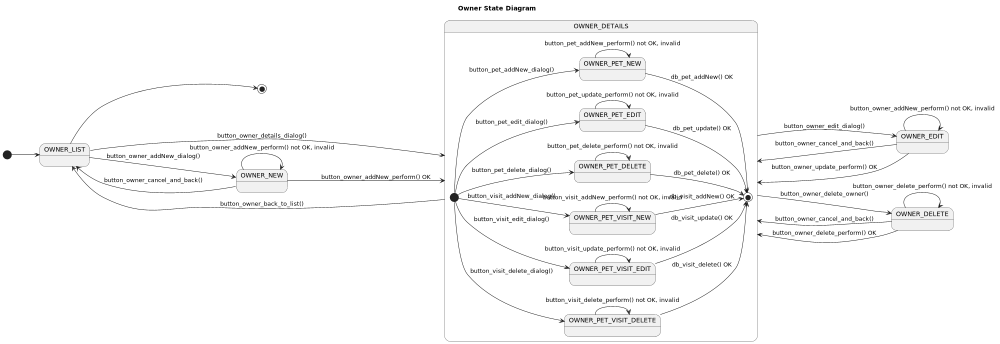
Before: uml/owner/concept/Owner__UseCases__State-Owner_Use_Case_State_Diagram.png, a diagram exported from PlantUML (Jakarta-EE-Petclinic/petclinic-uml).
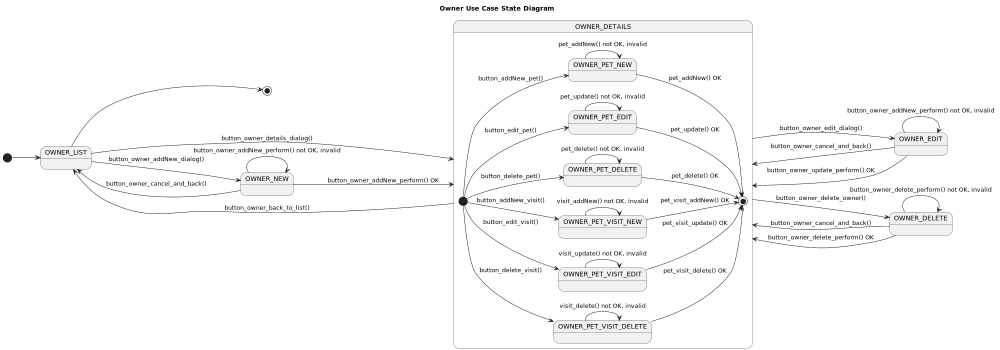
Later version of the same file.

Change to the diagram source:
```diff
@@ -1,6 +1,6 @@
 @startuml
 
-title Owner State Diagram
+title Owner Use Case State Diagram
 
 
 left to right direction
@@ -9,12 +9,12 @@
 
 [*] --> OWNER_LIST
 
+OWNER_LIST --> OWNER_DETAILS: button_owner_details_dialog()
+OWNER_DETAILS --> OWNER_LIST: button_owner_back_to_list()
+
 OWNER_LIST --> OWNER_NEW :   button_owner_addNew_dialog()
 OWNER_NEW --> OWNER_LIST:    button_owner_cancel_and_back()
 OWNER_NEW --> OWNER_DETAILS: button_owner_addNew_perform() OK
-
-OWNER_LIST --> OWNER_DETAILS: button_owner_details_dialog()
-OWNER_DETAILS --> OWNER_LIST: button_owner_back_to_list()
 
 OWNER_DETAILS --> OWNER_EDIT: button_owner_edit_dialog()
 OWNER_EDIT --> OWNER_DETAILS: button_owner_cancel_and_back()
@@ -26,41 +26,47 @@
 
 state OWNER_DETAILS {
 
-    [*] --> OWNER_PET_NEW: button_pet_addNew_dialog()
-    [*] --> OWNER_PET_EDIT: button_pet_edit_dialog()
-    [*] --> OWNER_PET_DELETE: button_pet_delete_dialog()
+    [*] --> OWNER_PET_NEW: button_addNew_pet()
+    state OWNER_PET_NEW {
+        OWNER_PET_NEW --> OWNER_PET_NEW : pet_addNew() not OK, invalid
+    }
+    OWNER_PET_NEW --> [*] : pet_addNew() OK
 
-    [*] --> OWNER_PET_VISIT_NEW: button_visit_addNew_dialog()
-    [*] --> OWNER_PET_VISIT_EDIT: button_visit_edit_dialog()
-    [*] --> OWNER_PET_VISIT_DELETE: button_visit_delete_dialog()
 
-    OWNER_PET_NEW --> [*] : db_pet_addNew() OK
-    OWNER_PET_EDIT --> [*] : db_pet_update() OK
-    OWNER_PET_DELETE --> [*]: db_pet_delete() OK
+    [*] --> OWNER_PET_EDIT: button_edit_pet()
+    state OWNER_PET_EDIT {
+        OWNER_PET_EDIT --> OWNER_PET_EDIT : pet_update() not OK, invalid
+    }
+    OWNER_PET_EDIT --> [*] : pet_update() OK
 
-    OWNER_PET_VISIT_NEW --> [*] : db_visit_addNew() OK
-    OWNER_PET_VISIT_EDIT --> [*] : db_visit_update() OK
-    OWNER_PET_VISIT_DELETE --> [*]: db_visit_delete() OK
 
-    state OWNER_PET_NEW {
-        OWNER_PET_NEW --> OWNER_PET_NEW : button_pet_addNew_perform() not OK, invalid
+    [*] --> OWNER_PET_DELETE: button_delete_pet()
+    state OWNER_PET_DELETE {
+        OWNER_PET_DELETE --> OWNER_PET_DELETE: pet_delete() not OK, invalid
     }
-    state OWNER_PET_EDIT {
-        OWNER_PET_EDIT --> OWNER_PET_EDIT : button_pet_update_perform() not OK, invalid
+    OWNER_PET_DELETE --> [*]: pet_delete() OK
+
+
+    [*] --> OWNER_PET_VISIT_NEW: button_addNew_visit()
+    state OWNER_PET_VISIT_NEW {
+        OWNER_PET_VISIT_NEW --> OWNER_PET_VISIT_NEW : visit_addNew() not OK, invalid
     }
-    state OWNER_PET_DELETE {
-        OWNER_PET_DELETE --> OWNER_PET_DELETE: button_pet_delete_perform() not OK, invalid
+    OWNER_PET_VISIT_NEW --> [*] : pet_visit_addNew() OK
+
+
+    [*] --> OWNER_PET_VISIT_EDIT: button_edit_visit()
+    state OWNER_PET_VISIT_EDIT {
+        OWNER_PET_VISIT_EDIT --> OWNER_PET_VISIT_EDIT : visit_update() not OK, invalid
     }
+    OWNER_PET_VISIT_EDIT --> [*] : pet_visit_update() OK
 
-    state OWNER_PET_VISIT_NEW {
-        OWNER_PET_VISIT_NEW --> OWNER_PET_VISIT_NEW : button_visit_addNew_perform() not OK, invalid
+
+    [*] --> OWNER_PET_VISIT_DELETE: button_delete_visit()
+    state OWNER_PET_VISIT_DELETE {
+        OWNER_PET_VISIT_DELETE --> OWNER_PET_VISIT_DELETE: visit_delete() not OK, invalid
     }
-    state OWNER_PET_VISIT_EDIT {
-        OWNER_PET_VISIT_EDIT --> OWNER_PET_VISIT_EDIT : button_visit_update_perform() not OK, invalid
-    }
-    state OWNER_PET_VISIT_DELETE {
-        OWNER_PET_VISIT_DELETE --> OWNER_PET_VISIT_DELETE: button_visit_delete_perform() not OK, invalid
-    }
+    OWNER_PET_VISIT_DELETE --> [*]: pet_visit_delete() OK
+
 }
 state OWNER_EDIT {
     OWNER_EDIT --> OWNER_EDIT: button_owner_addNew_perform() not OK, invalid
```
